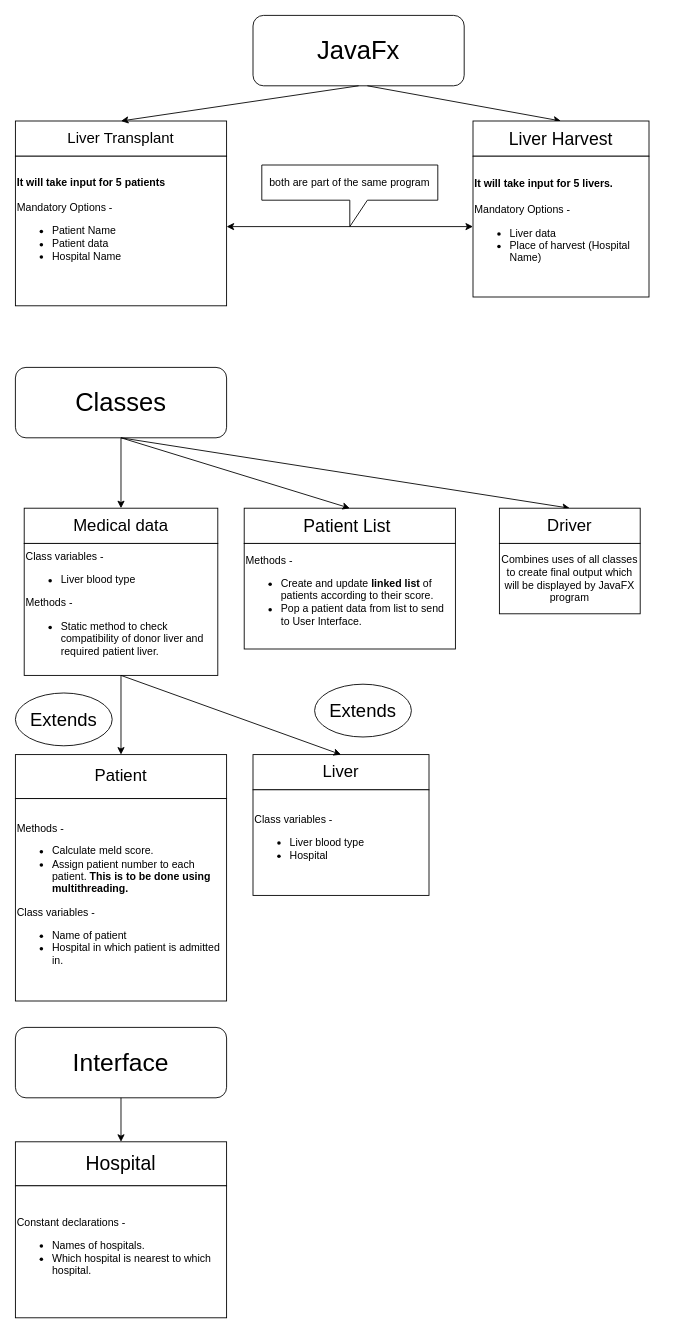
Suchit027/LiverMatch-Simulator keeps this draw.io diagram as Diagram/Project_Outline.drawio. Above is the earlier version. Source tidied: cells renumbered, new cells numbered last; positions are measured from the earlier drawing's top-left corner, leaving out a move shared by most shapes. Both pictures are drawn from the tidied source at 88%, with x=0, y=0 at pixel (15, 15).
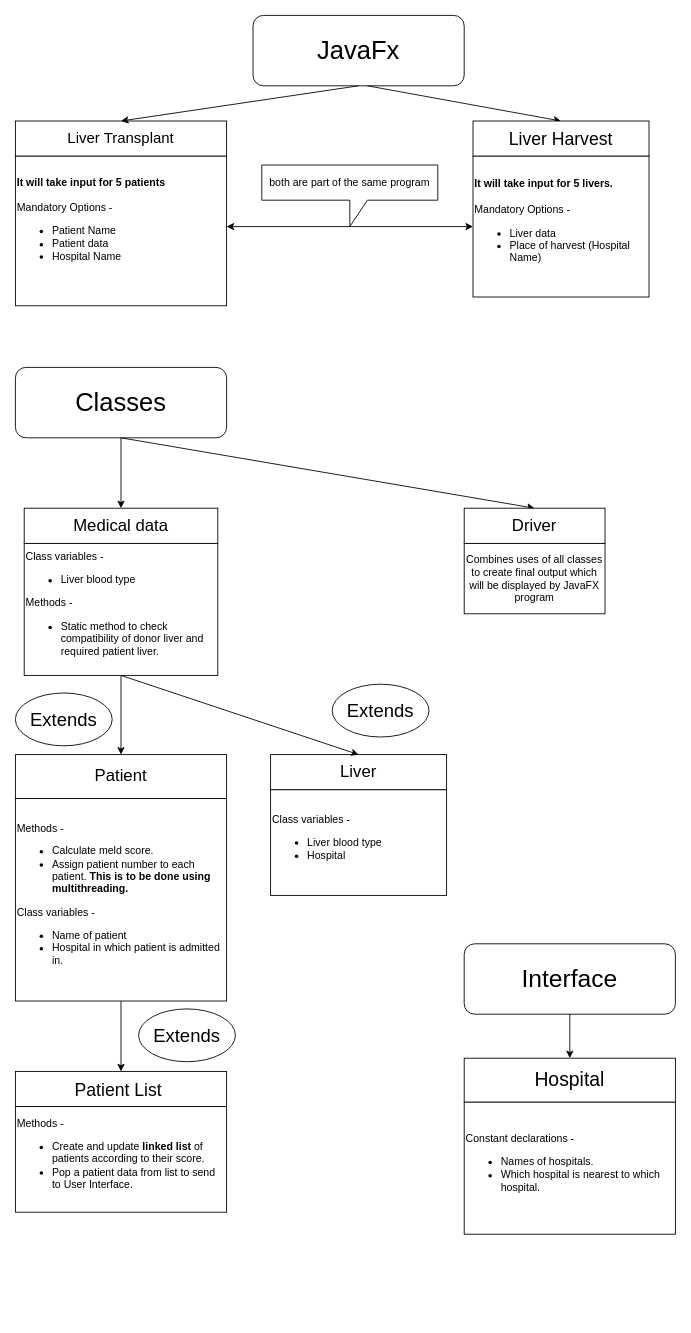
Above is the later version.

The change refers to these unchanged cells:
```xml
<mxCell id="4" value="Methods -&amp;nbsp;&lt;br&gt;&lt;ul&gt;&lt;li&gt;Calculate meld score.&lt;/li&gt;&lt;li&gt;Assign patient number to each patient. &lt;b&gt;This is to be done using multithreading.&lt;/b&gt;&lt;/li&gt;&lt;/ul&gt;Class variables -&amp;nbsp;&lt;br&gt;&lt;ul&gt;&lt;li&gt;Name of patient&lt;/li&gt;&lt;li&gt;Hospital in which patient is admitted in.&lt;/li&gt;&lt;/ul&gt;" style="rounded=0;whiteSpace=wrap;html=1;align=left;" parent="1" vertex="1">
  <mxGeometry y="890" width="240" height="230" as="geometry" />
</mxCell>
<mxCell id="11" value="&lt;font style=&quot;font-size: 29px;&quot;&gt;Classes&lt;/font&gt;" style="rounded=1;whiteSpace=wrap;html=1;" parent="1" vertex="1">
  <mxGeometry y="400" width="240" height="80" as="geometry" />
</mxCell>
```

Diff of the diagram source:
```diff
@@
     <mxCell id="7" value="&lt;font style=&quot;font-size: 20px;&quot;&gt;Patient List&amp;nbsp;&lt;/font&gt;" style="rounded=0;whiteSpace=wrap;html=1;" parent="1" vertex="1">
-      <mxGeometry x="260" y="560" width="240" height="40" as="geometry" />
+      <mxGeometry y="1200" width="240" height="40" as="geometry" />
     </mxCell>
     <mxCell id="8" value="Methods -&amp;nbsp;&lt;br&gt;&lt;ul&gt;&lt;li&gt;Create and update &lt;b&gt;linked list &lt;/b&gt;of patients according to their score.&lt;/li&gt;&lt;li&gt;Pop a patient data from list to send to User Interface.&lt;/li&gt;&lt;/ul&gt;" style="rounded=0;whiteSpace=wrap;html=1;align=left;" parent="1" vertex="1">
-      <mxGeometry x="260" y="600" width="240" height="120" as="geometry" />
+      <mxGeometry y="1240" width="240" height="120" as="geometry" />
     </mxCell>
@@
     <mxCell id="14" value="&lt;font style=&quot;font-size: 19px;&quot;&gt;Liver&lt;/font&gt;" style="rounded=0;whiteSpace=wrap;html=1;" parent="1" vertex="1">
-      <mxGeometry x="270" y="840" width="200" height="40" as="geometry" />
+      <mxGeometry x="290" y="840" width="200" height="40" as="geometry" />
     </mxCell>
     <mxCell id="15" value="Class variables -&amp;nbsp;&lt;br&gt;&lt;ul&gt;&lt;li&gt;Liver blood type&lt;/li&gt;&lt;li&gt;Hospital&amp;nbsp;&lt;/li&gt;&lt;/ul&gt;" style="rounded=0;whiteSpace=wrap;html=1;align=left;" parent="1" vertex="1">
-      <mxGeometry x="270" y="880" width="200" height="120" as="geometry" />
+      <mxGeometry x="290" y="880" width="200" height="120" as="geometry" />
     </mxCell>
@@
     <mxCell id="22" value="&lt;font style=&quot;font-size: 19px;&quot;&gt;Driver&lt;/font&gt;" style="rounded=0;whiteSpace=wrap;html=1;" parent="1" vertex="1">
-      <mxGeometry x="550" y="560" width="160" height="40" as="geometry" />
+      <mxGeometry x="510" y="560" width="160" height="40" as="geometry" />
     </mxCell>
     <mxCell id="23" value="Combines uses of all classes to create final output which will be displayed by JavaFX program" style="rounded=0;whiteSpace=wrap;html=1;" parent="1" vertex="1">
-      <mxGeometry x="550" y="600" width="160" height="80" as="geometry" />
+      <mxGeometry x="510" y="600" width="160" height="80" as="geometry" />
     </mxCell>
@@
     <mxCell id="28" value="&lt;font style=&quot;font-size: 21px;&quot;&gt;Extends&lt;/font&gt;" style="ellipse;whiteSpace=wrap;html=1;" parent="1" vertex="1">
-      <mxGeometry x="340" y="760" width="110" height="60" as="geometry" />
+      <mxGeometry x="360" y="760" width="110" height="60" as="geometry" />
     </mxCell>
-    <mxCell id="29" style="endArrow=classic;html=1;rounded=0;entryX=0.5;entryY=0;entryDx=0;entryDy=0;exitX=0.5;exitY=1;exitDx=0;exitDy=0;" parent="1" edge="1" source="11" target="7">
-      <mxGeometry relative="1" as="geometry" />
-    </mxCell>
     <mxCell id="30" value="&lt;font style=&quot;font-size: 28px;&quot;&gt;Interface&lt;/font&gt;" style="rounded=1;whiteSpace=wrap;html=1;" parent="1" vertex="1">
-      <mxGeometry y="1150" width="240" height="80" as="geometry" />
+      <mxGeometry x="510" y="1055" width="240" height="80" as="geometry" />
     </mxCell>
@@
     <mxCell id="32" value="&lt;font style=&quot;font-size: 22px;&quot;&gt;Hospital&lt;/font&gt;" style="rounded=0;whiteSpace=wrap;html=1;align=center;" parent="1" vertex="1">
-      <mxGeometry y="1280" width="240" height="50" as="geometry" />
+      <mxGeometry x="510" y="1185" width="240" height="50" as="geometry" />
     </mxCell>
     <mxCell id="33" value="Constant declarations -&amp;nbsp;&lt;br&gt;&lt;ul&gt;&lt;li&gt;Names of hospitals.&lt;/li&gt;&lt;li&gt;Which hospital is nearest to which hospital.&lt;/li&gt;&lt;/ul&gt;" style="rounded=0;whiteSpace=wrap;html=1;align=left;" parent="1" vertex="1">
-      <mxGeometry y="1330" width="240" height="150" as="geometry" />
+      <mxGeometry x="510" y="1235" width="240" height="150" as="geometry" />
     </mxCell>
+    <mxCell id="34" style="endArrow=classic;html=1;rounded=0;exitX=0.5;exitY=1;exitDx=0;exitDy=0;entryX=0.5;entryY=0;entryDx=0;entryDy=0;" parent="1" edge="1" source="4" target="7">
+      <mxGeometry relative="1" as="geometry" />
+    </mxCell>
+    <mxCell id="35" value="&lt;font style=&quot;font-size: 21px;&quot;&gt;Extends&lt;/font&gt;" style="ellipse;whiteSpace=wrap;html=1;" parent="1" vertex="1">
+      <mxGeometry x="140" y="1129" width="110" height="60" as="geometry" />
+    </mxCell>
```
